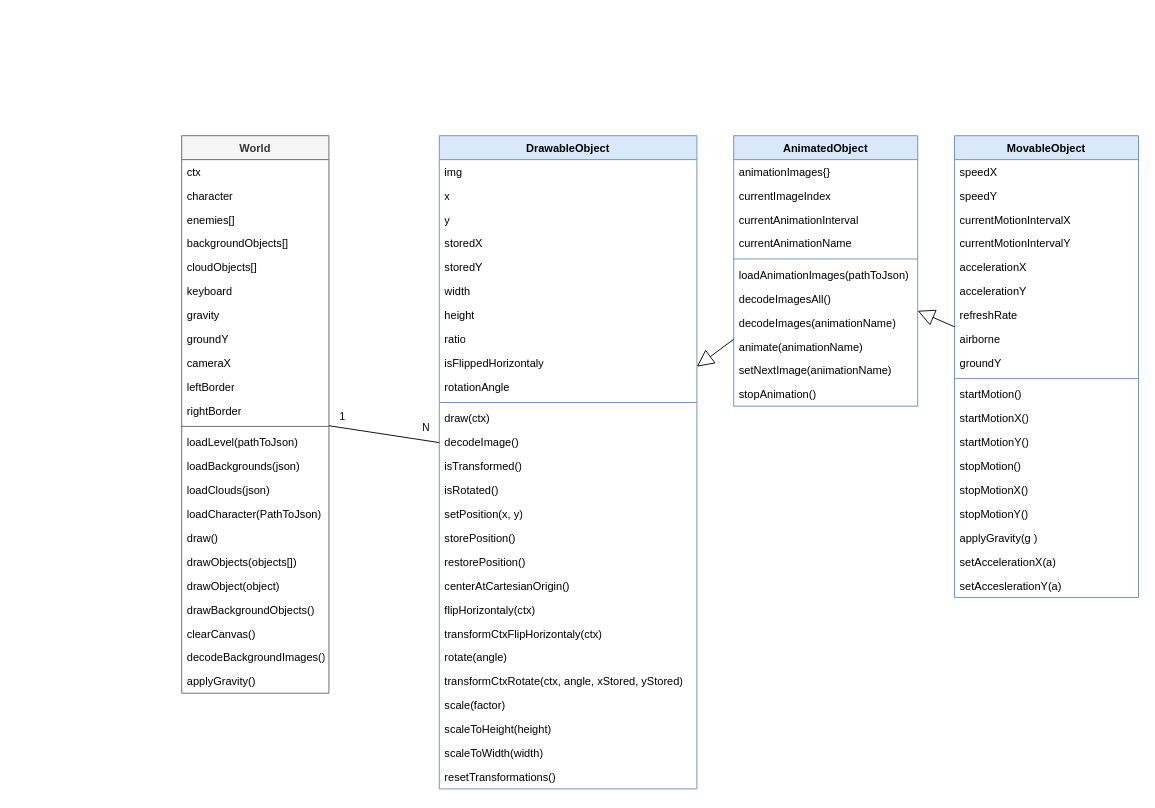
This is uml/classDiagram.drawio from ReinhardWansch/ElPolloLoco, a draw.io file, before an edit. Source tidied: cells renumbered, new cells numbered last; positions are measured from the earlier drawing's top-left corner, leaving out a move shared by most shapes. Both pictures are drawn from the tidied source at 92%, with x=0, y=0 at pixel (181, 135).
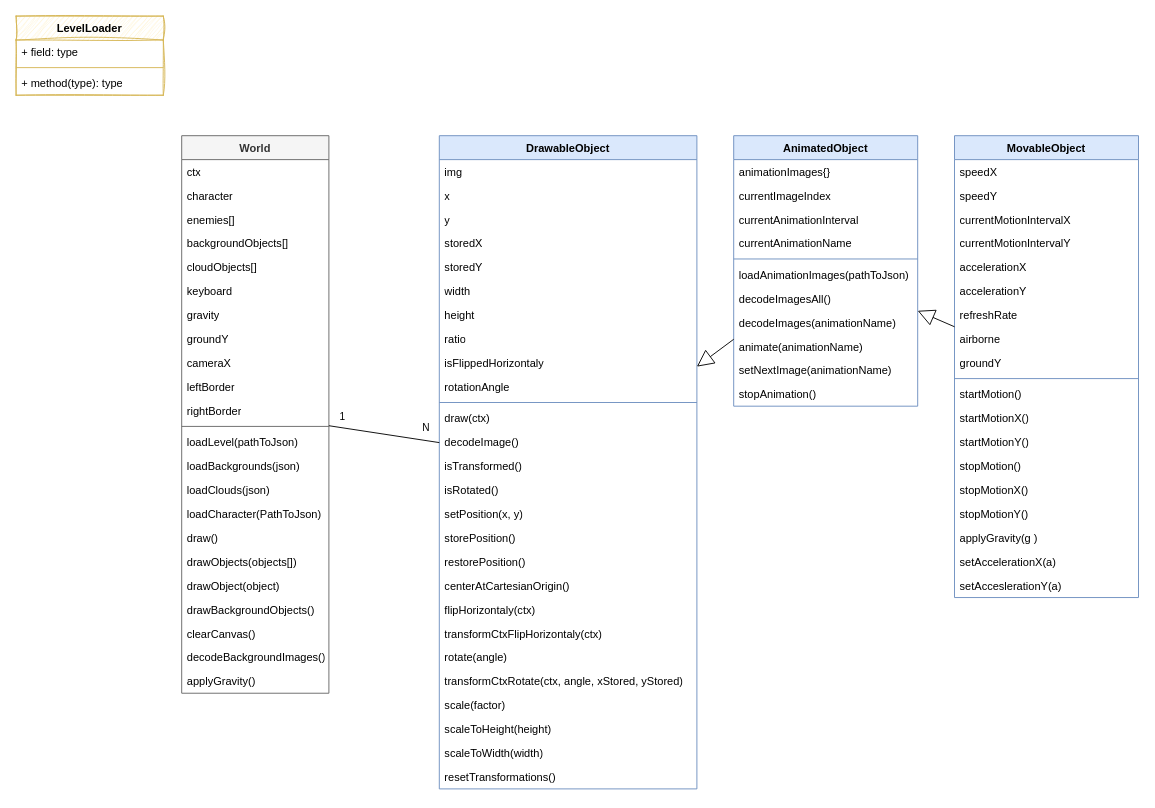
After the change.

Change to the diagram source:
```diff
@@
+    <mxCell id="91" value="LevelLoader" style="swimlane;fontStyle=1;align=center;verticalAlign=top;horizontal=1;startSize=26;whiteSpace=wrap;html=1;fillColor=#fff2cc;strokeColor=#d6b656;sketch=1;curveFitting=1;jiggle=2;" parent="1" vertex="1">
+      <mxGeometry x="-180" y="-130" width="160" height="86" as="geometry" />
+    </mxCell>
+    <mxCell id="92" value="+ field: type" style="text;strokeColor=none;fillColor=none;align=left;verticalAlign=top;spacingLeft=4;spacingRight=4;overflow=hidden;whiteSpace=wrap;html=1;" parent="91" vertex="1">
+      <mxGeometry y="26" width="160" height="26" as="geometry" />
+    </mxCell>
+    <mxCell id="93" style="line;strokeWidth=1;fillColor=none;align=left;verticalAlign=middle;spacingTop=-1;spacingLeft=3;spacingRight=3;labelPosition=right;strokeColor=inherit;" parent="91" vertex="1">
+      <mxGeometry y="52" width="160" height="8" as="geometry" />
+    </mxCell>
+    <mxCell id="94" value="+ method(type): type" style="text;strokeColor=none;fillColor=none;align=left;verticalAlign=top;spacingLeft=4;spacingRight=4;overflow=hidden;whiteSpace=wrap;html=1;" parent="91" vertex="1">
+      <mxGeometry y="60" width="160" height="26" as="geometry" />
+    </mxCell>
```
